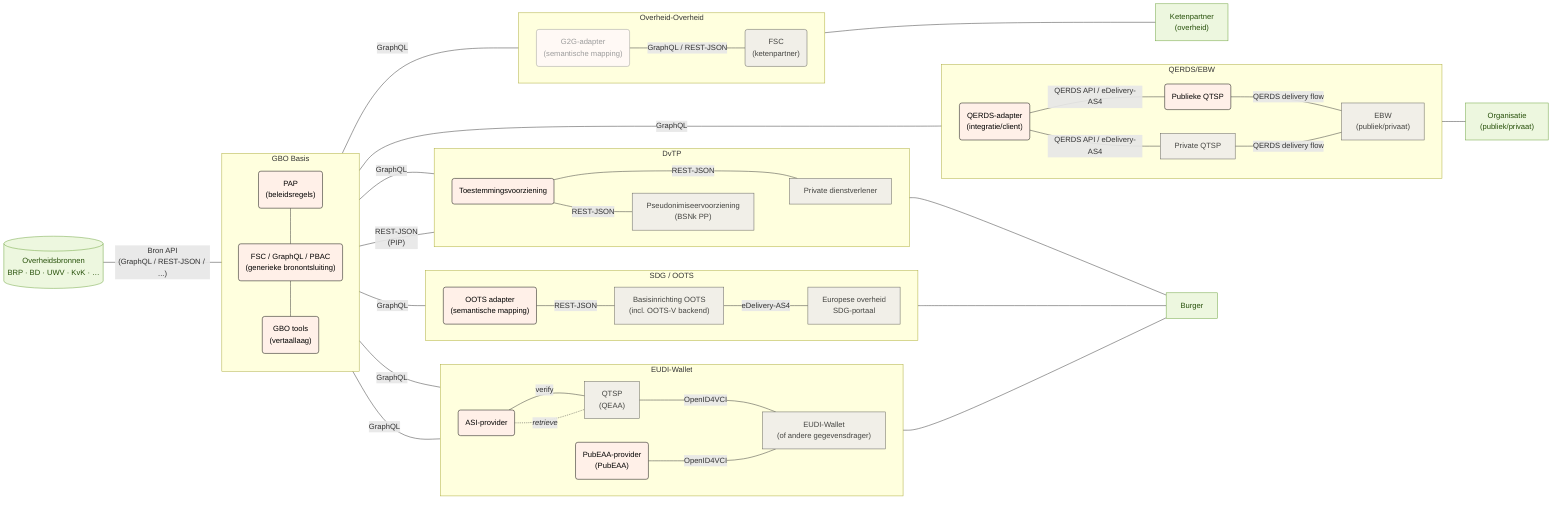
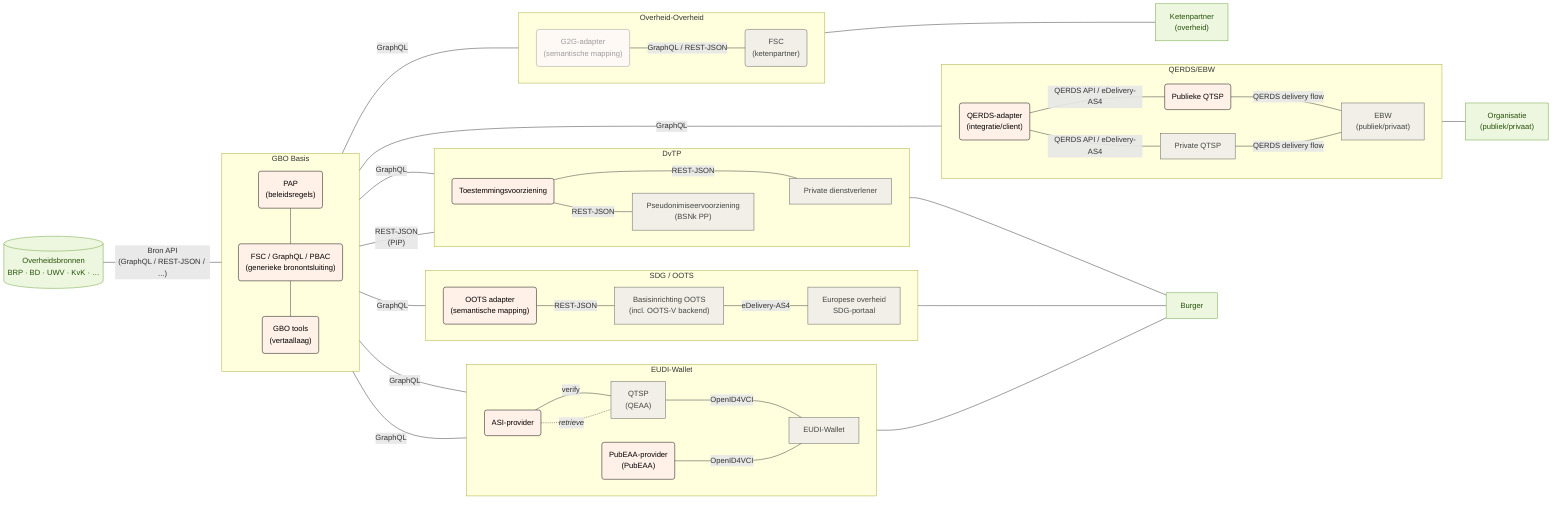
flowchart LR
  subgraph gbo["GBO Basis"]
    direction TB
        fsc_pap("PAP<br/>(beleidsregels)")
        fsc("FSC / GraphQL / PBAC<br/>(generieke bronontsluiting)")
        fsc_tools("GBO tools<br/>(vertaallaag)")
  end
  subgraph eudi["EUDI-Wallet"]
    direction LR
        eudi_asi("ASI-provider")
        eudi_pubeaa("PubEAA-provider<br/>(PubEAA)")
        eudi_qeaa["QTSP<br/>(QEAA)"]
-         eudi_wallet["EUDI-Wallet<br/>(of andere gegevensdrager)"]
+         eudi_wallet["EUDI-Wallet"]
  end
  subgraph oots["SDG / OOTS"]
    direction LR
        oots_adapter("OOTS adapter<br/>(semantische mapping)")
        oots_basis["Basisinrichting OOTS<br/>(incl. OOTS-V backend)"]
        oots_afnemer["Europese overheid<br/>SDG-portaal"]
  end
  subgraph dvtp["DvTP"]
    direction LR
        dvtp_toestemming("Toestemmingsvoorziening")
        dvtp_pseudoniem["Pseudonimiseervoorziening<br/>(BSNk PP)"]
        dvtp_afnemer["Private dienstverlener"]
  end
  subgraph ebw["QERDS/EBW"]
     direction LR
        ebw_qerds_adapter("QERDS-adapter<br/>(integratie/client)")
        ebw_pub_qtsp("Publieke QTSP")
        ebw_qtsp["Private QTSP"]
        ebw_wallet["EBW<br/>(publiek/privaat)"]
  end
  subgraph g2g["Overheid-Overheid"]
     direction LR
        g2g_adapter("G2G-adapter<br/>(semantische mapping)")
        g2g_fsc("FSC<br/>(ketenpartner)")
  end

  fsc_pap --- fsc
  fsc --- fsc_tools
  bron[("Overheidsbronnen<br/>BRP · BD · UWV · KvK · …")] -- Bron API<br/>(GraphQL / REST-JSON / ...) --- gbo
  eudi_asi -- verify --- eudi_qeaa
  eudi_asi -. "`*retrieve*`" .- eudi_qeaa
  eudi_qeaa -- OpenID4VCI --- eudi_wallet
  gbo -- GraphQL --- eudi_asi & eudi_pubeaa & oots_adapter & dvtp_afnemer & ebw_qerds_adapter & g2g_adapter
  eudi_asi ~~~ eudi_pubeaa -- OpenID4VCI ---- eudi_wallet
  oots_adapter -- REST-JSON --- oots_basis
  oots_basis -- eDelivery-AS4 --- oots_afnemer
  gbo -- REST-JSON<br/>(PIP) --- dvtp_toestemming
  dvtp_toestemming -- REST-JSON --- dvtp_afnemer
  dvtp_toestemming -- REST-JSON --- dvtp_pseudoniem
  dvtp_pseudoniem ~~~ dvtp_afnemer
  ebw_qerds_adapter -- QERDS API / eDelivery-AS4 --- ebw_pub_qtsp -- QERDS delivery flow --- ebw_wallet
  ebw_qerds_adapter -- QERDS API / eDelivery-AS4 --- ebw_qtsp -- QERDS delivery flow --- ebw_wallet
  eudi_wallet --- burger["Burger"]
  oots_afnemer --- burger
  dvtp_afnemer --- burger
  ebw_wallet --- organisatie["Organisatie<br/>(publiek/privaat)"]
  g2g_adapter -- GraphQL / REST-JSON --- g2g_fsc
  g2g_adapter ~~~ ebw_qtsp
  ebw_qtsp ~~~ g2g_fsc
  g2g_fsc --- overheid["Ketenpartner<br/>(overheid)"]

  fsc_pap:::gbo
  fsc:::gbo
  fsc_tools:::gbo
  g2g_adapter:::gbo_opt
  g2g_fsc:::overheid
  ebw_qerds_adapter:::gbo
  ebw_pub_qtsp:::gbo
  ebw_qtsp:::eudi
  ebw_wallet:::eudi
  eudi_asi:::gbo
  eudi_pubeaa:::gbo
  eudi_qeaa:::eudi
  eudi_wallet:::eudi
  oots_adapter:::gbo
  oots_basis:::oots
  oots_afnemer:::oots
  dvtp_toestemming:::gbo
  dvtp_pseudoniem:::dvtp
  dvtp_afnemer:::dvtp
  bron:::bron
  burger:::afnemer
  organisatie:::afnemer
  overheid:::afnemer

  classDef bron fill:#edf7df,stroke:#6aa13a,color:#27500a
  classDef generiek fill:#f1efe8,stroke:#5f5e5a,color:#444441
  classDef eudi fill:#f1efe8,stroke:#5f5e5a,color:#444441
  classDef oots fill:#f1efe8,stroke:#5f5e5a,color:#444441
  classDef dvtp fill:#f1efe8,stroke:#5f5e5a,color:#444441
  classDef overheid fill:#f1efe8,stroke:#5f5e5a,color:#444441
  classDef gbo fill:#fff0e8,stroke:#000000,color:#000000
  classDef gbo_opt fill:#FFF9F5,stroke:#9C9C9C,color:#9C9C9C
  classDef afnemer fill:#edf7df,stroke:#6aa13a,color:#27500a
